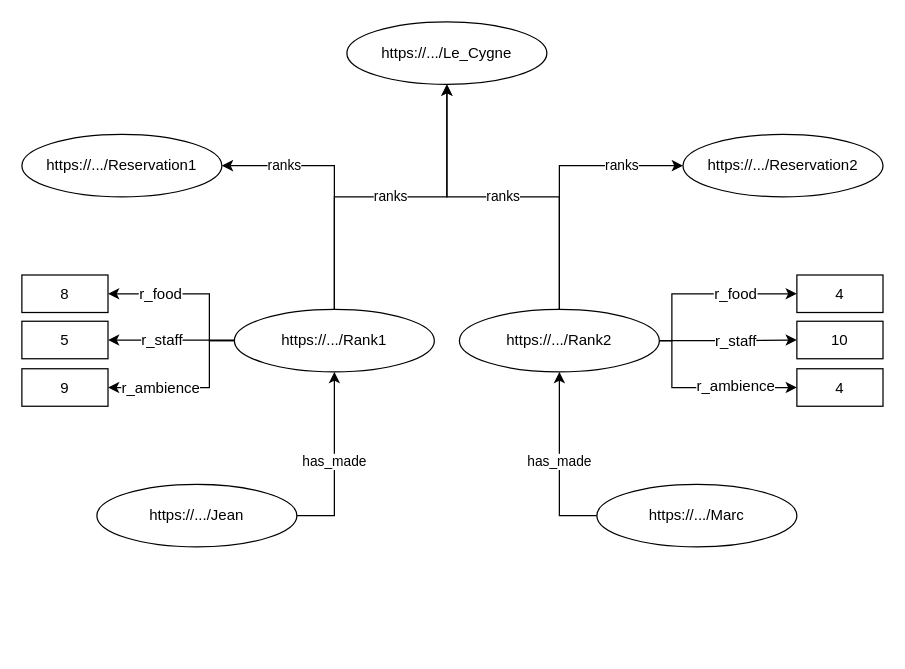
Before: schema/instanceRank.dio in CH-KevinDubois/MAS-RAD-4-WEB-Mini-Projet, a draw.io diagram. Source tidied: cells renumbered, new cells numbered last; positions are measured from the earlier drawing's top-left corner, leaving out a move shared by most shapes. Both pictures are drawn from the tidied source at 125%, with x=0, y=0 at pixel (21, 21).
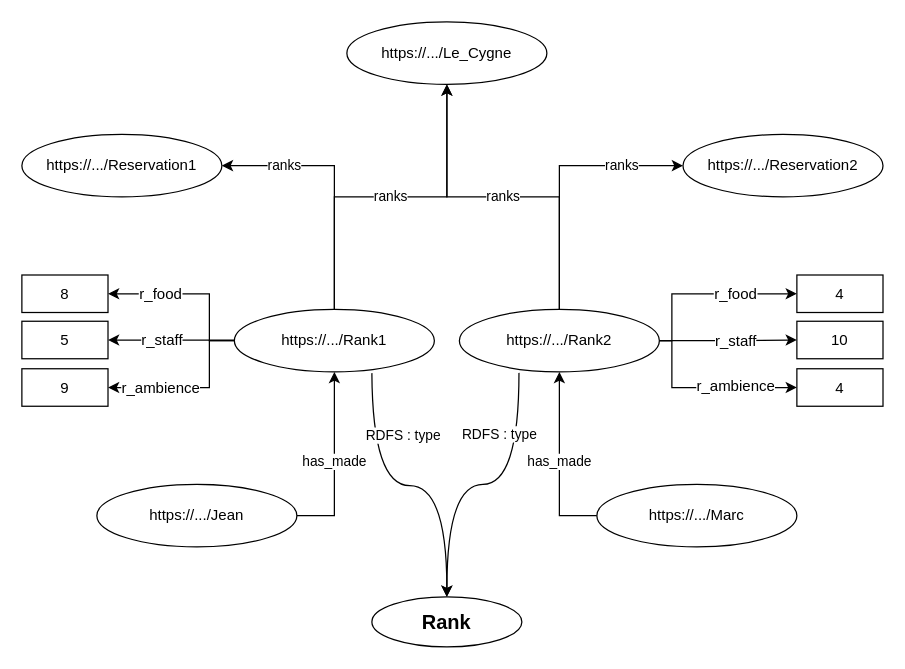
The same diagram, later.

The change refers to these unchanged cells:
```xml
<mxCell id="22" value="https://.../Rank2" style="ellipse;whiteSpace=wrap;html=1;" parent="1" vertex="1">
  <mxGeometry x="350" y="230" width="160" height="50" as="geometry" />
</mxCell>
```

Change to the diagram source:
```diff
@@
+    <mxCell id="32" style="edgeStyle=orthogonalEdgeStyle;curved=1;jettySize=auto;html=1;" parent="1" edge="1" target="35">
+      <mxGeometry relative="1" as="geometry">
+        <mxPoint x="280" y="281" as="sourcePoint" />
+      </mxGeometry>
+    </mxCell>
+    <mxCell id="33" value="RDFS : type" style="edgeLabel;html=1;align=center;verticalAlign=middle;" parent="32" vertex="1">
+      <mxGeometry x="-0.76" y="5" relative="1" as="geometry">
+        <mxPoint x="18.9" y="20.2" as="offset" />
+      </mxGeometry>
+    </mxCell>
@@
+    <mxCell id="34" value="RDFS : type" style="edgeStyle=orthogonalEdgeStyle;curved=1;jettySize=auto;html=1;entryX=0.5;entryY=0;entryDx=0;entryDy=0;exitX=0.298;exitY=1.016;exitDx=0;exitDy=0;exitPerimeter=0;" parent="1" edge="1" source="22" target="35">
+      <mxGeometry x="-0.12" y="-40" relative="1" as="geometry">
+        <mxPoint x="-1" as="offset" />
+      </mxGeometry>
+    </mxCell>
@@
+    <mxCell id="35" value="Rank" style="ellipse;whiteSpace=wrap;html=1;fontSize=16;fontStyle=1;" parent="1" vertex="1">
+      <mxGeometry x="280" y="460" width="120" height="40" as="geometry" />
+    </mxCell>
```
